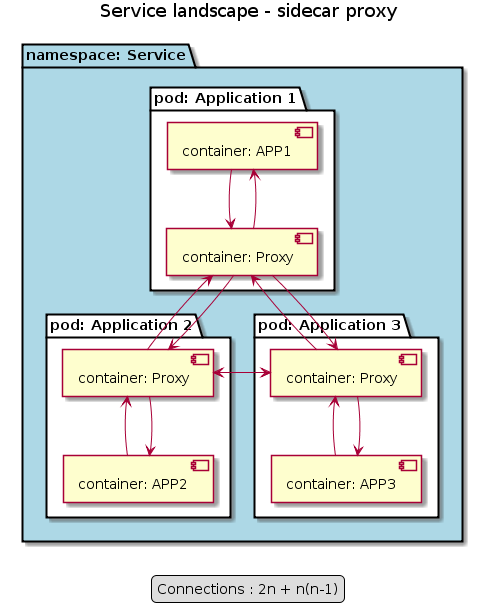
michiel/various-diagrams keeps this PlantUML diagram as out/service-mesh-003.png. Above is the earlier version.
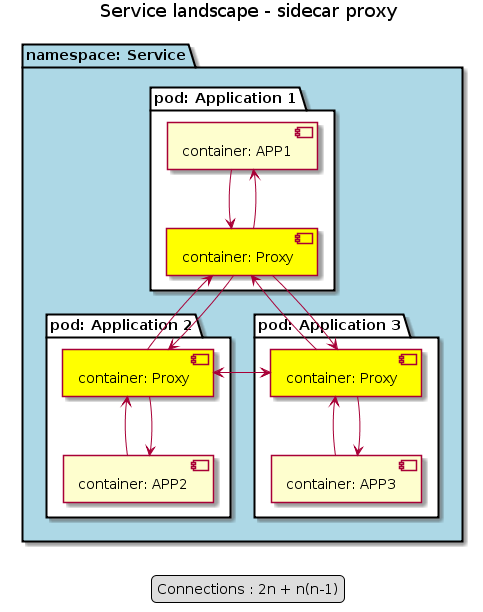
Above is the later version.

Change to the diagram source:
```diff
@@ -6,17 +6,17 @@
 package "namespace: Service" #LightBlue {
   package "pod: Application 1" #White {
     component "container: APP1" as APP1
-    component "container: Proxy" as APP1Proxy
+    component "container: Proxy" as APP1Proxy #Yellow
   }
 
   package "pod: Application 2" #White {
-    component "container: Proxy" as APP2Proxy
+    component "container: Proxy" as APP2Proxy #Yellow
     component "container: APP2" as APP2
   }
 
   package "pod: Application 3" #White {
-   component "container: APP3" as APP3
-    component "container: Proxy" as APP3Proxy
+    component "container: APP3" as APP3
+    component "container: Proxy" as APP3Proxy #Yellow
   }
 
 }
```
